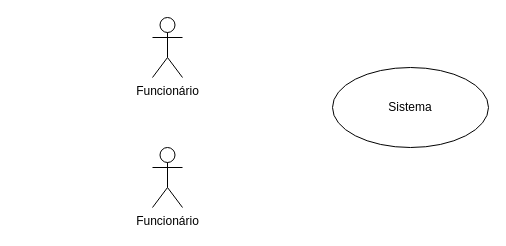
This is Untitled Diagram.drawio from Caiuu3/Supermercadoteste, a draw.io file, before an edit. Source tidied: cells renumbered, new cells numbered last; positions are measured from the earlier drawing's top-left corner, leaving out a move shared by most shapes. Both pictures are drawn from the tidied source at 100%, with x=0, y=0 at pixel (152, 17).
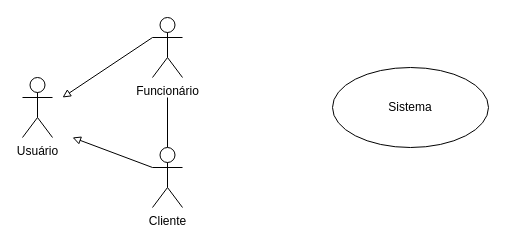
The same diagram, later.

What changed in the source:
```diff
@@
 <mxGraphModel>
   <root>
     <mxCell id="0" />
     <mxCell id="1" parent="0" />
     <mxCell id="2" value="Sistema" style="ellipse;whiteSpace=wrap;html=1;" parent="1" vertex="1">
       <mxGeometry x="180" y="50" width="156" height="80" as="geometry" />
     </mxCell>
     <mxCell id="3" value="Funcionário" style="shape=umlActor;verticalLabelPosition=bottom;verticalAlign=top;html=1;outlineConnect=0;" parent="1" vertex="1">
       <mxGeometry width="30" height="60" as="geometry" />
     </mxCell>
+    <mxCell id="5" style="edgeStyle=orthogonalEdgeStyle;rounded=0;jumpSize=11;jettySize=auto;html=1;exitX=0.5;exitY=0;exitDx=0;exitDy=0;exitPerimeter=0;fontSize=15;startArrow=none;startFill=0;endArrow=none;endFill=0;startSize=13;" parent="1" edge="1" source="4">
+      <mxGeometry relative="1" as="geometry">
+        <mxPoint x="15" y="80" as="targetPoint" />
+      </mxGeometry>
+    </mxCell>
-    <mxCell id="4" value="Funcionário" style="shape=umlActor;verticalLabelPosition=bottom;verticalAlign=top;html=1;outlineConnect=0;" parent="1" vertex="1">
+    <mxCell id="4" value="Cliente" style="shape=umlActor;verticalLabelPosition=bottom;verticalAlign=top;html=1;outlineConnect=0;" parent="1" vertex="1">
       <mxGeometry y="130" width="30" height="60" as="geometry" />
     </mxCell>
+    <mxCell id="6" value="Usuário" style="shape=umlActor;verticalLabelPosition=bottom;verticalAlign=top;html=1;" parent="1" vertex="1">
+      <mxGeometry x="-130" y="60" width="30" height="60" as="geometry" />
+    </mxCell>
+    <mxCell id="7" style="endArrow=block;html=1;fontSize=15;startSize=13;exitX=0;exitY=0.3333333333333333;exitDx=0;exitDy=0;exitPerimeter=0;endFill=0;" parent="1" edge="1" source="3">
+      <mxGeometry relative="1" as="geometry">
+        <mxPoint x="-90" y="80" as="targetPoint" />
+      </mxGeometry>
+    </mxCell>
+    <mxCell id="8" style="endArrow=block;html=1;fontSize=15;startSize=13;endFill=0;exitX=0;exitY=0.3333333333333333;exitDx=0;exitDy=0;exitPerimeter=0;" parent="1" edge="1" source="4">
+      <mxGeometry relative="1" as="geometry">
+        <mxPoint x="-80" y="120" as="targetPoint" />
+      </mxGeometry>
+    </mxCell>
   </root>
 </mxGraphModel>
```
